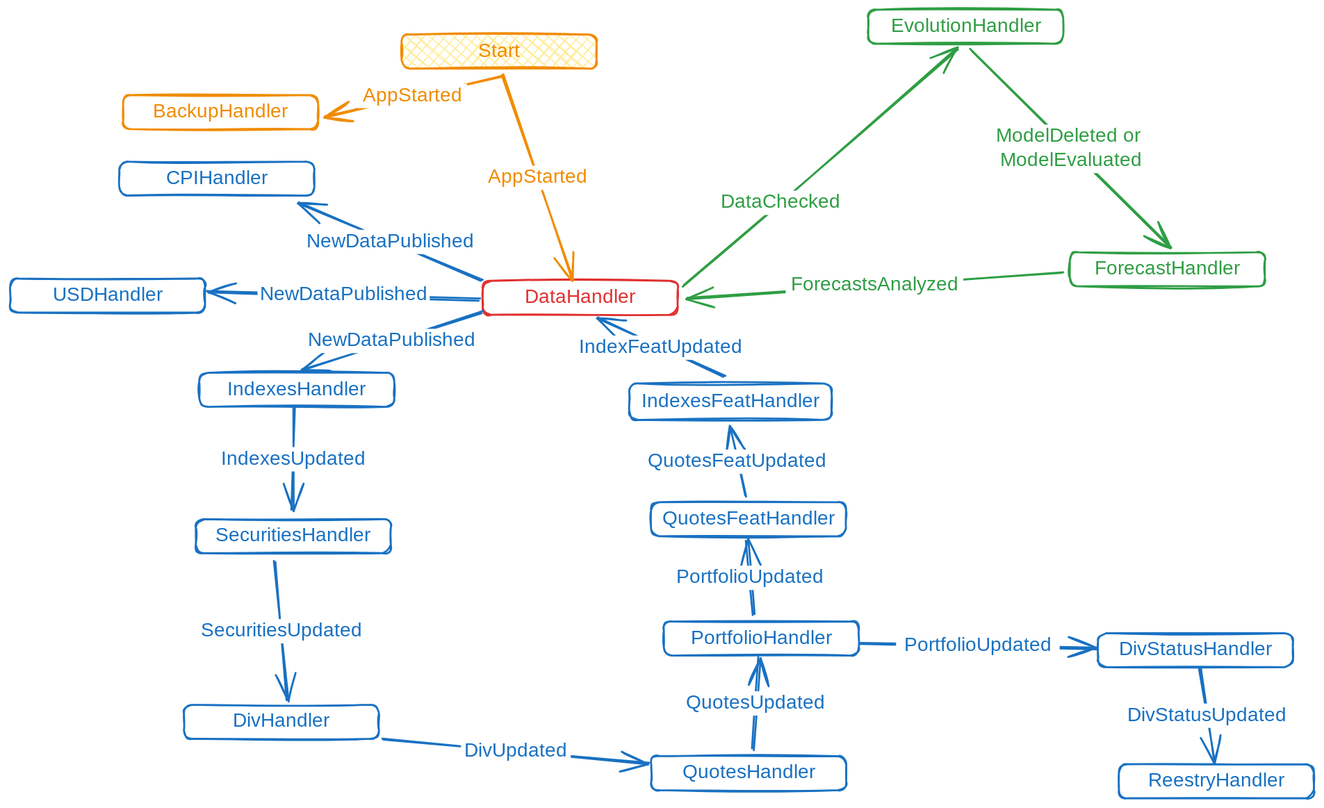
This is docs/.excalidraw.svg from WLM1ke/poptimizer, a Excalidraw export, as it was before one commit. Source tidied: one line per element, renumbered; positions are measured from the earlier drawing's top-left corner, leaving out a move shared by most shapes.
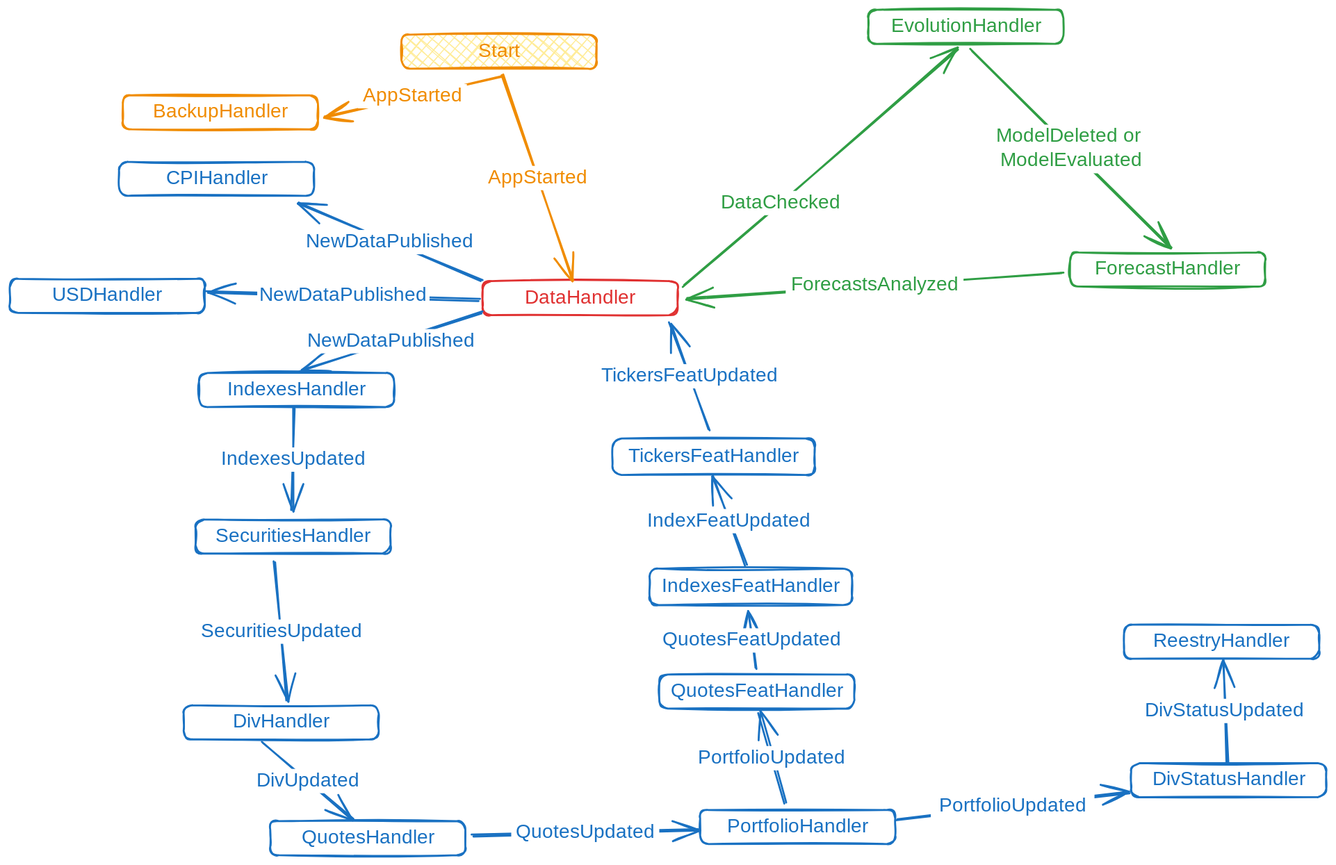
The same file after the commit.

What changed in the source:
```diff
@@ -28,23 +28,23 @@
 {"id": 27, "type": "text", "text": "AppStarted", "strokeColor": "#f08c00", "strokeWidth": 2, "roughness": 1, "fontSize": 20, "fontFamily": 1, "textAlign": "center", "verticalAlign": "middle", "inside": 26, "x": 487, "y": 160, "width": 112, "height": 25}
 {"id": 28, "type": "arrow", "strokeColor": "#f08c00", "strokeWidth": 2, "roughness": 1, "endArrowhead": "arrow", "round": true, "from": 24, "to": 22, "x": 505, "y": 68, "width": 182, "height": 42, "points": [[0, 0], [-182, 42]]}
 {"id": 29, "type": "text", "text": "AppStarted", "strokeColor": "#f08c00", "strokeWidth": 2, "roughness": 1, "fontSize": 20, "fontFamily": 1, "textAlign": "center", "verticalAlign": "middle", "inside": 28, "x": 358, "y": 76, "width": 112, "height": 25}
-{"id": 30, "type": "rectangle", "strokeColor": "#1971c2", "strokeWidth": 2, "roughness": 1, "round": true, "x": 659, "y": 768, "width": 200, "height": 35}
+{"id": 30, "type": "rectangle", "strokeColor": "#1971c2", "strokeWidth": 2, "roughness": 1, "round": true, "x": 268, "y": 834, "width": 200, "height": 35}
-{"id": 31, "type": "text", "text": "QuotesHandler", "strokeColor": "#1971c2", "strokeWidth": 2, "roughness": 1, "fontSize": 20, "fontFamily": 1, "textAlign": "center", "verticalAlign": "middle", "inside": 30, "x": 690, "y": 773, "width": 140, "height": 25}
+{"id": 31, "type": "text", "text": "QuotesHandler", "strokeColor": "#1971c2", "strokeWidth": 2, "roughness": 1, "fontSize": 20, "fontFamily": 1, "textAlign": "center", "verticalAlign": "middle", "inside": 30, "x": 298, "y": 839, "width": 140, "height": 25}
-{"id": 32, "type": "arrow", "strokeColor": "#1971c2", "strokeWidth": 2, "roughness": 1, "endArrowhead": "arrow", "round": true, "from": 18, "to": 30, "x": 383, "y": 751, "width": 274, "height": 23, "points": [[0, 0], [274, 23]]}
+{"id": 32, "type": "arrow", "strokeColor": "#1971c2", "strokeWidth": 2, "roughness": 1, "endArrowhead": "arrow", "round": true, "from": 18, "to": 30, "x": 260, "y": 754, "width": 93, "height": 78, "points": [[0, 0], [93, 78]]}
 {"id": 33, "type": "text", "text": "DivUpdated", "strokeColor": "#1971c2", "strokeWidth": 2, "roughness": 1, "fontSize": 20, "fontFamily": 1, "textAlign": "center", "verticalAlign": "middle", "inside": 32, "x": 668, "y": 608, "width": 113, "height": 25}
-{"id": 34, "type": "rectangle", "strokeColor": "#1971c2", "strokeWidth": 2, "roughness": 1, "round": true, "x": 672, "y": 629, "width": 200, "height": 35}
+{"id": 34, "type": "rectangle", "strokeColor": "#1971c2", "strokeWidth": 2, "roughness": 1, "round": true, "x": 709, "y": 823, "width": 200, "height": 35}
-{"id": 35, "type": "text", "text": "PortfolioHandler", "strokeColor": "#1971c2", "strokeWidth": 2, "roughness": 1, "fontSize": 20, "fontFamily": 1, "textAlign": "center", "verticalAlign": "middle", "inside": 34, "x": 695, "y": 634, "width": 156, "height": 25}
+{"id": 35, "type": "text", "text": "PortfolioHandler", "strokeColor": "#1971c2", "strokeWidth": 2, "roughness": 1, "fontSize": 20, "fontFamily": 1, "textAlign": "center", "verticalAlign": "middle", "inside": 34, "x": 732, "y": 828, "width": 156, "height": 25}
-{"id": 36, "type": "arrow", "strokeColor": "#1971c2", "strokeWidth": 2, "roughness": 1, "endArrowhead": "arrow", "round": true, "from": 30, "to": 34, "x": 763, "y": 761, "width": 7, "height": 95, "points": [[0, 0], [7, -95]]}
+{"id": 36, "type": "arrow", "strokeColor": "#1971c2", "strokeWidth": 2, "roughness": 1, "endArrowhead": "arrow", "round": true, "from": 30, "to": 34, "x": 475, "y": 849, "width": 233, "height": 6, "points": [[0, 0], [233, -6]]}
 {"id": 37, "type": "text", "text": "QuotesUpdated", "strokeColor": "#1971c2", "strokeWidth": 2, "roughness": 1, "fontSize": 20, "fontFamily": 1, "textAlign": "center", "verticalAlign": "middle", "inside": 36, "x": 720, "y": 471, "width": 152, "height": 25}
-{"id": 38, "type": "arrow", "strokeColor": "#1971c2", "strokeWidth": 2, "roughness": 1, "endArrowhead": "arrow", "round": true, "from": 34, "to": 60, "x": 764, "y": 623, "width": 7, "height": 77, "points": [[0, 0], [-7, -77]]}
+{"id": 38, "type": "arrow", "strokeColor": "#1971c2", "strokeWidth": 2, "roughness": 1, "endArrowhead": "arrow", "round": true, "from": 34, "to": 60, "x": 796, "y": 816, "width": 27, "height": 93, "points": [[0, 0], [-27, -93]]}
 {"id": 39, "type": "text", "text": "PortfolioUpdated", "strokeColor": "#1971c2", "strokeWidth": 2, "roughness": 1, "fontSize": 20, "fontFamily": 1, "textAlign": "center", "verticalAlign": "middle", "inside": 38, "x": 604, "y": 342, "width": 168, "height": 25}
-{"id": 40, "type": "rectangle", "strokeColor": "#1971c2", "strokeWidth": 2, "roughness": 1, "round": true, "x": 1118, "y": 641, "width": 200, "height": 35}
+{"id": 40, "type": "rectangle", "strokeColor": "#1971c2", "strokeWidth": 2, "roughness": 1, "round": true, "x": 1152, "y": 774, "width": 200, "height": 35}
-{"id": 41, "type": "text", "text": "DivStatusHandler", "strokeColor": "#1971c2", "strokeWidth": 2, "roughness": 1, "fontSize": 20, "fontFamily": 1, "textAlign": "center", "verticalAlign": "middle", "inside": 40, "x": 1133, "y": 646, "width": 171, "height": 25}
+{"id": 41, "type": "text", "text": "DivStatusHandler", "strokeColor": "#1971c2", "strokeWidth": 2, "roughness": 1, "fontSize": 20, "fontFamily": 1, "textAlign": "center", "verticalAlign": "middle", "inside": 40, "x": 1167, "y": 779, "width": 171, "height": 25}
-{"id": 42, "type": "arrow", "strokeColor": "#1971c2", "strokeWidth": 2, "roughness": 1, "endArrowhead": "arrow", "round": true, "from": 34, "to": 40, "x": 874, "y": 652, "width": 243, "height": 5, "points": [[0, 0], [243, 5]]}
+{"id": 42, "type": "arrow", "strokeColor": "#1971c2", "strokeWidth": 2, "roughness": 1, "endArrowhead": "arrow", "round": true, "from": 34, "to": 40, "x": 911, "y": 833, "width": 239, "height": 28, "points": [[0, 0], [239, -28]]}
 {"id": 43, "type": "text", "text": "PortfolioUpdated", "strokeColor": "#1971c2", "strokeWidth": 2, "roughness": 1, "fontSize": 20, "fontFamily": 1, "textAlign": "center", "verticalAlign": "middle", "inside": 42, "x": 857, "y": 442, "width": 168, "height": 25}
-{"id": 44, "type": "rectangle", "strokeColor": "#1971c2", "strokeWidth": 2, "roughness": 1, "round": true, "x": 1140, "y": 776, "width": 200, "height": 35}
+{"id": 44, "type": "rectangle", "strokeColor": "#1971c2", "strokeWidth": 2, "roughness": 1, "round": true, "x": 1145, "y": 632, "width": 200, "height": 35}
-{"id": 45, "type": "text", "text": "ReestryHandler", "strokeColor": "#1971c2", "strokeWidth": 2, "roughness": 1, "fontSize": 20, "fontFamily": 1, "textAlign": "center", "verticalAlign": "middle", "inside": 44, "x": 1167, "y": 781, "width": 145, "height": 25}
+{"id": 45, "type": "text", "text": "ReestryHandler", "strokeColor": "#1971c2", "strokeWidth": 2, "roughness": 1, "fontSize": 20, "fontFamily": 1, "textAlign": "center", "verticalAlign": "middle", "inside": 44, "x": 1173, "y": 637, "width": 145, "height": 25}
-{"id": 46, "type": "arrow", "strokeColor": "#1971c2", "strokeWidth": 2, "roughness": 1, "endArrowhead": "arrow", "round": true, "from": 40, "to": 44, "x": 1223, "y": 677, "width": 15, "height": 98, "points": [[0, 0], [15, 98]]}
+{"id": 46, "type": "arrow", "strokeColor": "#1971c2", "strokeWidth": 2, "roughness": 1, "endArrowhead": "arrow", "round": true, "from": 40, "to": 44, "x": 1251, "y": 773, "width": 5, "height": 105, "points": [[0, 0], [-5, -105]]}
 {"id": 47, "type": "text", "text": "DivStatusUpdated", "strokeColor": "#1971c2", "strokeWidth": 2, "roughness": 1, "fontSize": 20, "fontFamily": 1, "textAlign": "center", "verticalAlign": "middle", "inside": 46, "x": 973, "y": 576, "width": 183, "height": 25}
 {"id": 48, "type": "rectangle", "strokeColor": "#1971c2", "strokeWidth": 2, "roughness": 1, "round": true, "x": 0, "y": 277, "width": 200, "height": 35}
 {"id": 49, "type": "text", "text": "USDHandler", "strokeColor": "#1971c2", "strokeWidth": 2, "roughness": 1, "fontSize": 20, "fontFamily": 1, "textAlign": "center", "verticalAlign": "middle", "inside": 48, "x": 44, "y": 282, "width": 112, "height": 25}
@@ -56,11 +56,15 @@
 {"id": 55, "type": "text", "text": "ModelDeleted or \nModelEvaluated", "strokeColor": "#2f9e44", "strokeWidth": 2, "roughness": 1, "fontSize": 20, "fontFamily": 1, "textAlign": "center", "verticalAlign": "middle", "inside": 54, "x": 939, "y": 122, "width": 170, "height": 50}
 {"id": 56, "type": "arrow", "strokeColor": "#2f9e44", "strokeWidth": 2, "roughness": 1, "endArrowhead": "arrow", "round": true, "from": 52, "to": 0, "x": 1081, "y": 270, "width": 385, "height": 26, "points": [[0, 0], [-385, 26]]}
 {"id": 57, "type": "text", "text": "ForecastsAnalyzed", "strokeColor": "#2f9e44", "strokeWidth": 2, "roughness": 1, "fontSize": 20, "fontFamily": 1, "textAlign": "center", "verticalAlign": "middle", "inside": 56, "x": 797, "y": 271, "width": 183, "height": 25}
-{"id": 58, "type": "arrow", "strokeColor": "#1971c2", "strokeWidth": 2, "roughness": 1, "endArrowhead": "arrow", "round": true, "from": 60, "to": 62, "x": 756, "y": 501, "width": 17, "height": 73, "points": [[0, 0], [-17, -73]]}
+{"id": 58, "type": "arrow", "strokeColor": "#1971c2", "strokeWidth": 2, "roughness": 1, "endArrowhead": "arrow", "round": true, "from": 60, "to": 62, "x": 766, "y": 678, "width": 8, "height": 59, "points": [[0, 0], [-8, -59]]}
 {"id": 59, "type": "text", "text": "QuotesFeatUpdated", "strokeColor": "#1971c2", "strokeWidth": 2, "roughness": 1, "fontSize": 20, "fontFamily": 1, "textAlign": "center", "verticalAlign": "middle", "inside": 58, "x": 575, "y": 362, "width": 199, "height": 25}
-{"id": 60, "type": "rectangle", "strokeColor": "#1971c2", "strokeWidth": 2, "roughness": 1, "round": true, "x": 659, "y": 507, "width": 200, "height": 35}
+{"id": 60, "type": "rectangle", "strokeColor": "#1971c2", "strokeWidth": 2, "roughness": 1, "round": true, "x": 667, "y": 683, "width": 200, "height": 35}
-{"id": 61, "type": "text", "text": "QuotesFeatHandler", "strokeColor": "#1971c2", "strokeWidth": 2, "roughness": 1, "fontSize": 20, "fontFamily": 1, "textAlign": "center", "verticalAlign": "middle", "inside": 60, "x": 666, "y": 512, "width": 187, "height": 25}
+{"id": 61, "type": "text", "text": "QuotesFeatHandler", "strokeColor": "#1971c2", "strokeWidth": 2, "roughness": 1, "fontSize": 20, "fontFamily": 1, "textAlign": "center", "verticalAlign": "middle", "inside": 60, "x": 674, "y": 688, "width": 187, "height": 25}
-{"id": 62, "type": "rectangle", "strokeColor": "#1971c2", "strokeWidth": 2, "roughness": 1, "round": true, "x": 637, "y": 384, "width": 208, "height": 37}
+{"id": 62, "type": "rectangle", "strokeColor": "#1971c2", "strokeWidth": 2, "roughness": 1, "round": true, "x": 657, "y": 574, "width": 208, "height": 37}
-{"id": 63, "type": "text", "text": "IndexesFeatHandler", "strokeColor": "#1971c2", "strokeWidth": 2, "roughness": 1, "fontSize": 20, "fontFamily": 1, "textAlign": "center", "verticalAlign": "middle", "inside": 62, "x": 644, "y": 391, "width": 193, "height": 25}
+{"id": 63, "type": "text", "text": "IndexesFeatHandler", "strokeColor": "#1971c2", "strokeWidth": 2, "roughness": 1, "fontSize": 20, "fontFamily": 1, "textAlign": "center", "verticalAlign": "middle", "inside": 62, "x": 665, "y": 581, "width": 193, "height": 25}
-{"id": 64, "type": "arrow", "strokeColor": "#1971c2", "strokeWidth": 2, "roughness": 1, "endArrowhead": "arrow", "round": true, "from": 62, "to": 0, "x": 734, "y": 378, "width": 130, "height": 60, "points": [[0, 0], [-130, -60]]}
+{"id": 64, "type": "arrow", "strokeColor": "#1971c2", "strokeWidth": 2, "roughness": 1, "endArrowhead": "arrow", "round": true, "from": 62, "to": 66, "x": 756, "y": 571, "width": 34, "height": 92, "points": [[0, 0], [-34, -92]]}
 {"id": 65, "type": "text", "text": "IndexFeatUpdated", "strokeColor": "#1971c2", "strokeWidth": 2, "roughness": 1, "fontSize": 20, "fontFamily": 1, "textAlign": "center", "verticalAlign": "middle", "inside": 64, "x": 579, "y": 336, "width": 183, "height": 25}
+{"id": 66, "type": "rectangle", "strokeColor": "#1971c2", "strokeWidth": 2, "roughness": 1, "round": true, "x": 619, "y": 441, "width": 208, "height": 37}
+{"id": 67, "type": "text", "text": "TickersFeatHandler", "strokeColor": "#1971c2", "strokeWidth": 2, "roughness": 1, "fontSize": 20, "fontFamily": 1, "textAlign": "center", "verticalAlign": "middle", "inside": 66, "x": 629, "y": 447, "width": 188, "height": 25}
+{"id": 68, "type": "arrow", "strokeColor": "#1971c2", "strokeWidth": 2, "roughness": 1, "endArrowhead": "arrow", "round": true, "from": 66, "to": 0, "x": 719, "y": 432, "width": 40, "height": 111, "points": [[0, 0], [-40, -111]]}
+{"id": 69, "type": "text", "text": "TickersFeatUpdated", "strokeColor": "#1971c2", "strokeWidth": 2, "roughness": 1, "fontSize": 20, "fontFamily": 1, "textAlign": "center", "verticalAlign": "middle", "inside": 68, "x": 598, "y": 364, "width": 200, "height": 25}
```
